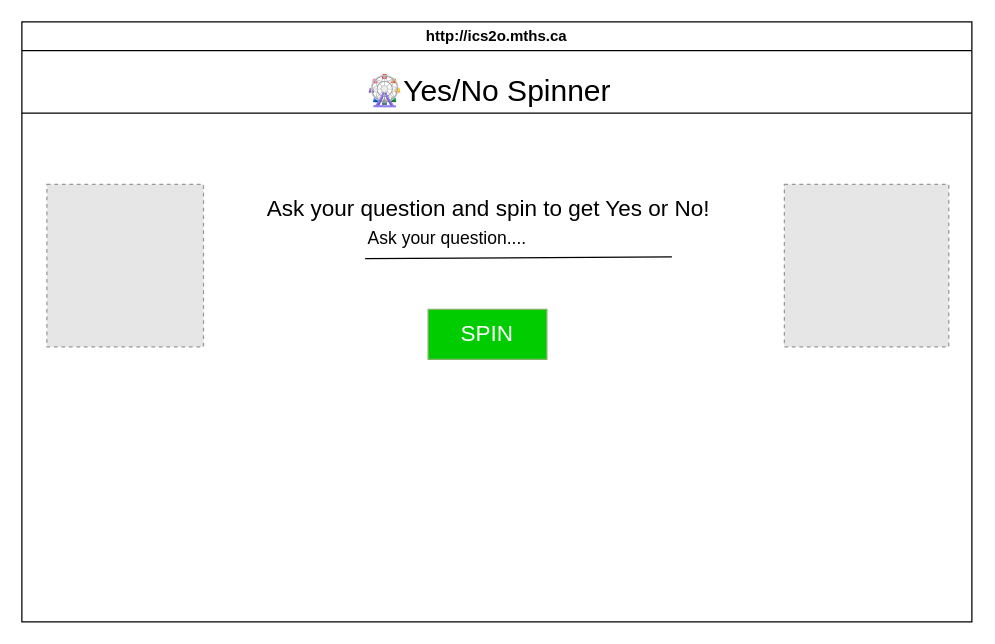
This is design/storyboard.drawio from MTHS-ICD2O-1-2024/ICD2O-Final-Project-adrina.peighambarzadeh, a draw.io file, before an edit. Source tidied: cells renumbered, new cells numbered last; positions are measured from the earlier drawing's top-left corner, leaving out a move shared by most shapes. Both pictures are drawn from the tidied source at 125%, with x=0, y=0 at pixel (21, 21). Pictures stored in the file or linked from it are replaced by grey dashed boxes.
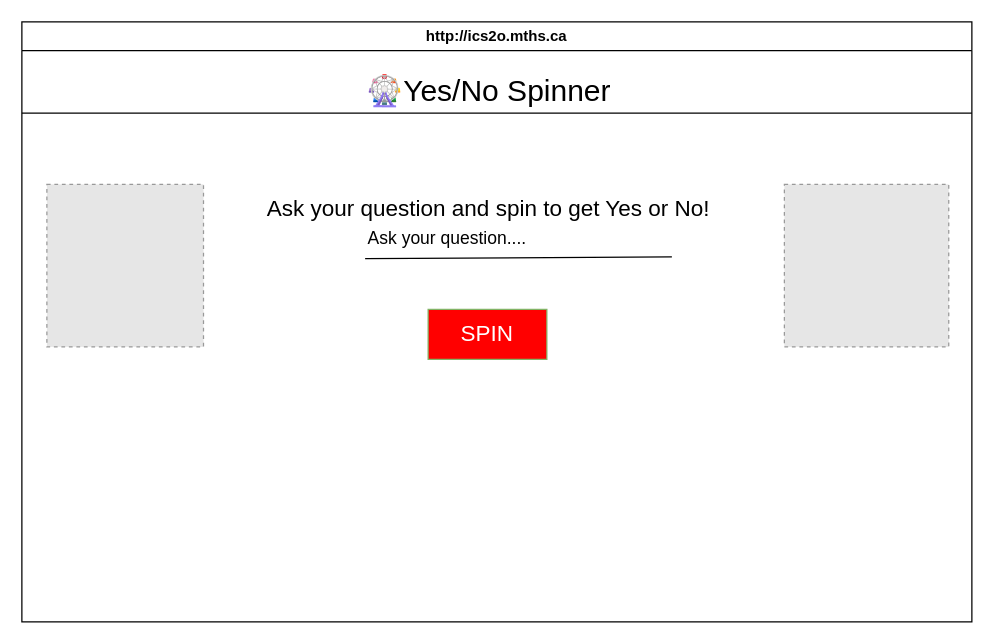
Above is the later version.

The edit, as a diff of the source:
```diff
@@
 <mxGraphModel>
   <root>
     <mxCell id="0" />
     <mxCell id="1" parent="0" />
     <mxCell id="2" value="http://ics2o.mths.ca" style="swimlane;whiteSpace=wrap;html=1;fillColor=default;" parent="1" vertex="1">
       <mxGeometry width="760" height="480" as="geometry" />
     </mxCell>
     <mxCell id="3" value="&lt;font style=&quot;font-size: 18px;&quot;&gt;Ask your question and spin to get Yes or No!&lt;/font&gt;" style="text;html=1;align=center;verticalAlign=middle;strokeColor=none;fillColor=none;" parent="2" vertex="1">
       <mxGeometry x="182.5" y="130" width="380" height="40" as="geometry" />
     </mxCell>
-    <mxCell id="4" value="&lt;font style=&quot;font-size: 18px; color: rgb(255, 255, 255);&quot;&gt;SPIN&lt;/font&gt;" style="whiteSpace=wrap;html=1;fillColor=#00CC00;strokeColor=#82b366;" parent="2" vertex="1">
+    <mxCell id="4" value="&lt;font style=&quot;font-size: 18px; color: rgb(255, 255, 255);&quot;&gt;SPIN&lt;/font&gt;" style="whiteSpace=wrap;html=1;fillColor=#FF0000;strokeColor=#82b366;" parent="2" vertex="1">
       <mxGeometry x="325" y="230" width="95" height="40" as="geometry" />
     </mxCell>
     <mxCell id="5" value="&lt;font style=&quot;font-size: 24px;&quot;&gt;🎡Yes/No Spinner&lt;/font&gt;" style="text;html=1;align=center;verticalAlign=middle;strokeColor=none;fillColor=none;" parent="2" vertex="1">
       <mxGeometry x="262.5" y="36" width="220" height="40" as="geometry" />
     </mxCell>
     <mxCell id="6" style="fillColor=#E6E6E6;strokeColor=#999999;dashed=1;verticalLabelPosition=bottom;labelBackgroundColor=default;verticalAlign=top;" parent="2" vertex="1">
       <mxGeometry x="610" y="130" width="131.5" height="130" as="geometry" />
     </mxCell>
     <mxCell id="7" style="fillColor=#E6E6E6;strokeColor=#999999;dashed=1;verticalLabelPosition=bottom;labelBackgroundColor=default;verticalAlign=top;" parent="2" vertex="1">
       <mxGeometry x="20" y="130" width="125.3" height="130" as="geometry" />
     </mxCell>
     <mxCell id="8" style="endArrow=none;html=1;" parent="1" edge="1">
       <mxGeometry relative="1" as="geometry">
         <mxPoint y="73" as="sourcePoint" />
         <mxPoint x="760" y="73" as="targetPoint" />
       </mxGeometry>
     </mxCell>
     <mxCell id="9" value="&lt;font style=&quot;font-size: 14px;&quot;&gt;Ask your question....&lt;/font&gt;" style="text;html=1;align=center;verticalAlign=middle;points=[];strokeColor=none;fillColor=none;" parent="1" vertex="1">
       <mxGeometry x="265" y="158" width="150" height="30" as="geometry" />
     </mxCell>
     <mxCell id="10" style="endArrow=none;html=1;exitX=0.064;exitY=1.046;exitDx=0;exitDy=0;exitPerimeter=0;" parent="1" edge="1" source="9">
       <mxGeometry relative="1" as="geometry">
         <mxPoint x="520" y="188" as="targetPoint" />
       </mxGeometry>
     </mxCell>
   </root>
 </mxGraphModel>
```
